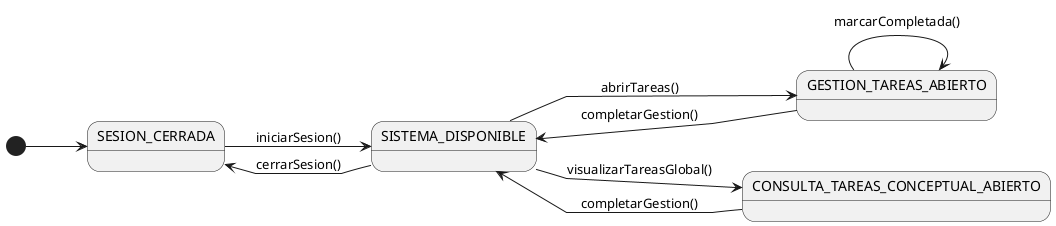
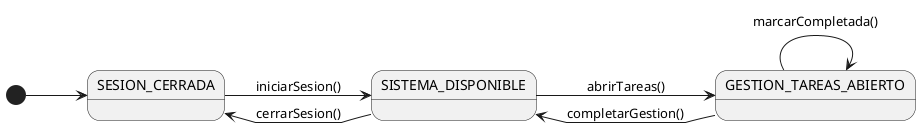
@startuml DiagramaContextoMiembro
left to right direction
skinparam linetype polyline

state "SESION_CERRADA" as NoAuth
state "SISTEMA_DISPONIBLE" as Menu

state "GESTION_TAREAS_ABIERTO" as ListProgramas

- state "CONSULTA_TAREAS_CONCEPTUAL_ABIERTO" as ReadConsultaTareas
- 
[*] --> NoAuth

NoAuth --> Menu : iniciarSesion()

Menu --> NoAuth : cerrarSesion()
Menu --> ListProgramas: abrirTareas()
- Menu --> ReadConsultaTareas: visualizarTareasGlobal()

ListProgramas --> ListProgramas: marcarCompletada()

ListProgramas --> Menu: completarGestion()
- ReadConsultaTareas --> Menu: completarGestion()
@enduml